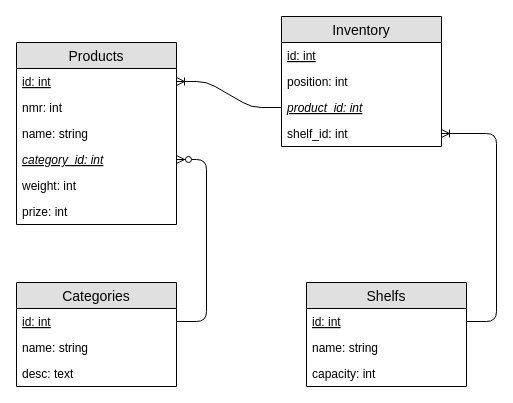
This is mockups/DB_Schema.drawio from callidaria/pen-testing, a draw.io file, before an edit. Source tidied: cells renumbered, new cells numbered last; positions are measured from the earlier drawing's top-left corner, leaving out a move shared by most shapes. Both pictures are drawn from the tidied source at 100%, with x=0, y=0 at pixel (16, 16).
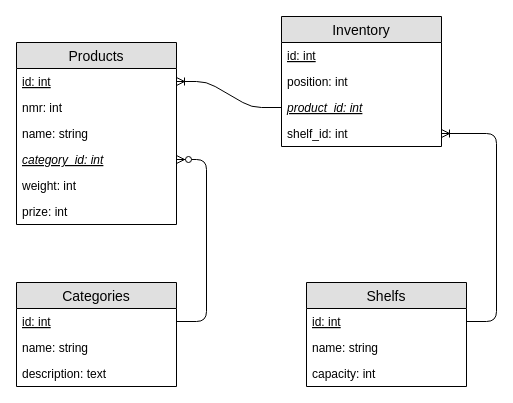
Above is the later version.

The change refers to these unchanged cells:
```xml
<mxCell id="15" value="Categories" style="swimlane;fontStyle=0;horizontal=1;startSize=26;fillColor=#e0e0e0;swimlaneFillColor=#ffffff;align=center;fontSize=14;" parent="1" vertex="1">
  <mxGeometry y="266" width="160" height="104" as="geometry" />
</mxCell>
```

The edit, as a diff of the source:
```diff
@@
-    <mxCell id="18" value="desc: text" style="text;strokeColor=none;fillColor=none;spacingLeft=4;spacingRight=4;overflow=hidden;fontSize=12;" parent="15" vertex="1">
+    <mxCell id="18" value="description: text" style="text;strokeColor=none;fillColor=none;spacingLeft=4;spacingRight=4;overflow=hidden;fontSize=12;" parent="15" vertex="1">
       <mxGeometry y="78" width="160" height="26" as="geometry" />
     </mxCell>
```
